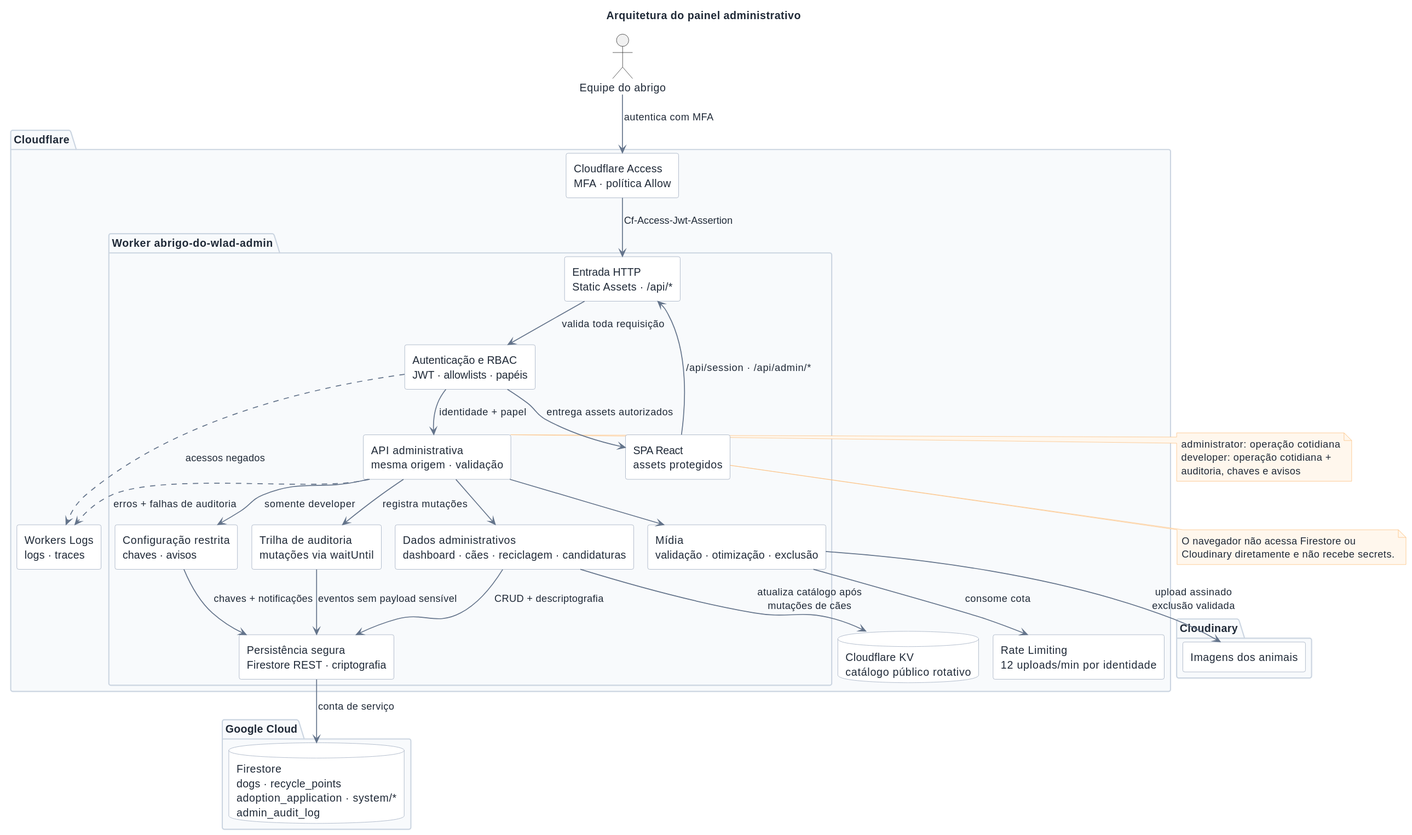
Above: docs/admin-architecture.svg in spantalho/abrigo-do-wlad (PlantUML), before the change.
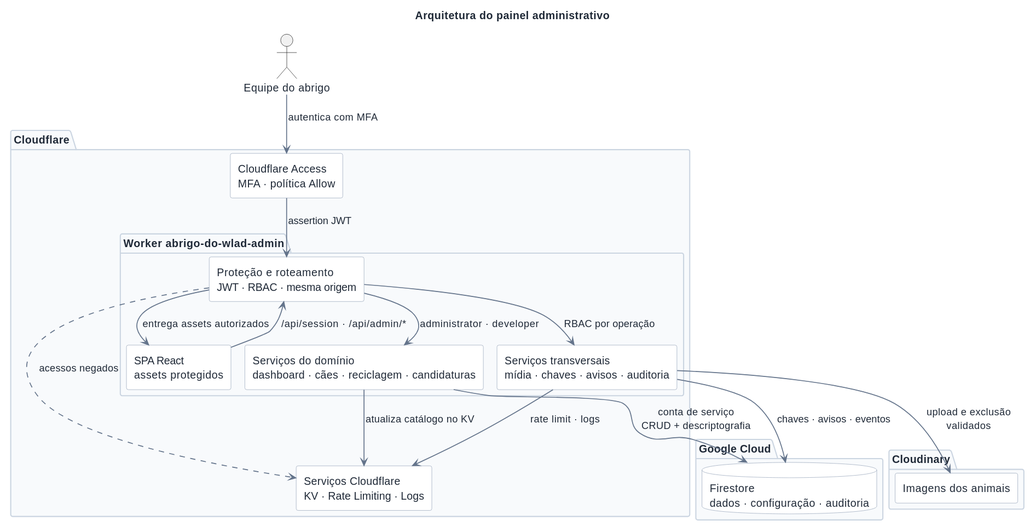
After the change.

Commit message:
Add diagram rendering checks and scripts

The edit, as a diff of the source:
```diff
@@ -15,8 +15,6 @@
 skinparam componentBackgroundColor #FFFFFF
 skinparam databaseBorderColor #94A3B8
 skinparam databaseBackgroundColor #FFFFFF
-skinparam noteBorderColor #FDBA74
-skinparam noteBackgroundColor #FFF7ED
 
 actor "Equipe do abrigo" as staff
 
@@ -24,25 +22,17 @@
   component "Cloudflare Access\nMFA · política Allow" as access
 
   package "Worker abrigo-do-wlad-admin" as admin_worker {
-    component "Entrada HTTP\nStatic Assets · /api/*" as ingress
-    component "Autenticação e RBAC\nJWT · allowlists · papéis" as auth
+    component "Proteção e roteamento\nJWT · RBAC · mesma origem" as gateway
     component "SPA React\nassets protegidos" as spa
-    component "API administrativa\nmesma origem · validação" as api
-
-    component "Dados administrativos\ndashboard · cães · reciclagem · candidaturas" as data_service
-    component "Configuração restrita\nchaves · avisos" as developer_service
-    component "Mídia\nvalidação · otimização · exclusão" as media_service
-    component "Trilha de auditoria\nmutações via waitUntil" as audit_service
-    component "Persistência segura\nFirestore REST · criptografia" as persistence
+    component "Serviços do domínio\ndashboard · cães · reciclagem · candidaturas" as domain
+    component "Serviços transversais\nmídia · chaves · avisos · auditoria" as support
   }
 
-  component "Rate Limiting\n12 uploads/min por identidade" as upload_limit
-  database "Cloudflare KV\ncatálogo público rotativo" as kv
-  component "Workers Logs\nlogs · traces" as logs
+  component "Serviços Cloudflare\nKV · Rate Limiting · Logs" as platform
 }
 
 package "Google Cloud" as google {
-  database "Firestore\ndogs · recycle_points\nadoption_application · system/*\nadmin_audit_log" as firestore
+  database "Firestore\ndados · configuração · auditoria" as firestore
 }
 
 package "Cloudinary" as cloudinary {
@@ -50,36 +40,16 @@
 }
 
 staff --> access : autentica com MFA
-access --> ingress : Cf-Access-Jwt-Assertion
-ingress --> auth : valida toda requisição
-auth --> spa : entrega assets autorizados
-spa --> ingress : /api/session · /api/admin/*
-auth --> api : identidade + papel
+access --> gateway : assertion JWT
+gateway --> spa : entrega assets autorizados
+spa --> gateway : /api/session · /api/admin/*
+gateway --> domain : administrator · developer
+gateway --> support : RBAC por operação
 
-api --> data_service
-api --> developer_service : somente developer
-api --> media_service
-api --> audit_service : registra mutações
-
-data_service --> persistence : CRUD + descriptografia
-developer_service --> persistence : chaves + notificações
-audit_service --> persistence : eventos sem payload sensível
-persistence --> firestore : conta de serviço
-media_service --> upload_limit : consome cota
-media_service --> images : upload assinado\nexclusão validada
-data_service --> kv : atualiza catálogo após\nmutações de cães
-
-auth ..> logs : acessos negados
-api ..> logs : erros + falhas de auditoria
-
-note right of api
-  administrator: operação cotidiana
-  developer: operação cotidiana +
-  auditoria, chaves e avisos
-end note
-
-note bottom of spa
-  O navegador não acessa Firestore ou
-  Cloudinary diretamente e não recebe secrets.
-end note
+domain --> firestore : conta de serviço\nCRUD + descriptografia
+support --> firestore : chaves · avisos · eventos
+support --> images : upload e exclusão\nvalidados
+domain --> platform : atualiza catálogo no KV
+support --> platform : rate limit · logs
+gateway ..> platform : acessos negados
 @enduml
```
